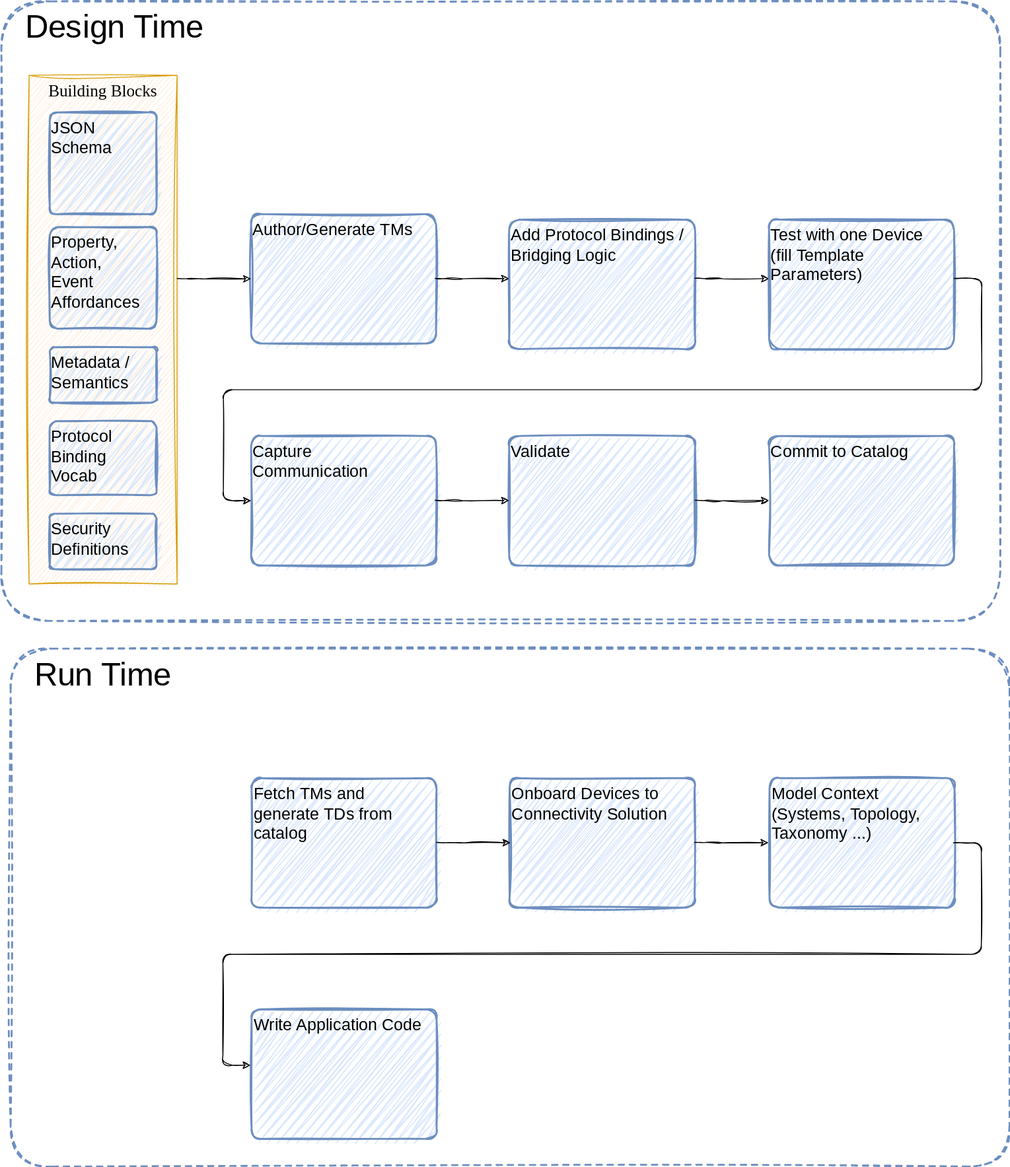
This is media/wot-workflow.drawio.svg from wot-oss/proposal, a draw.io export, as it was before one commit. Source tidied: cells renumbered, new cells last; positions are measured from the earlier drawing's top-left corner, leaving out a move shared by most shapes.
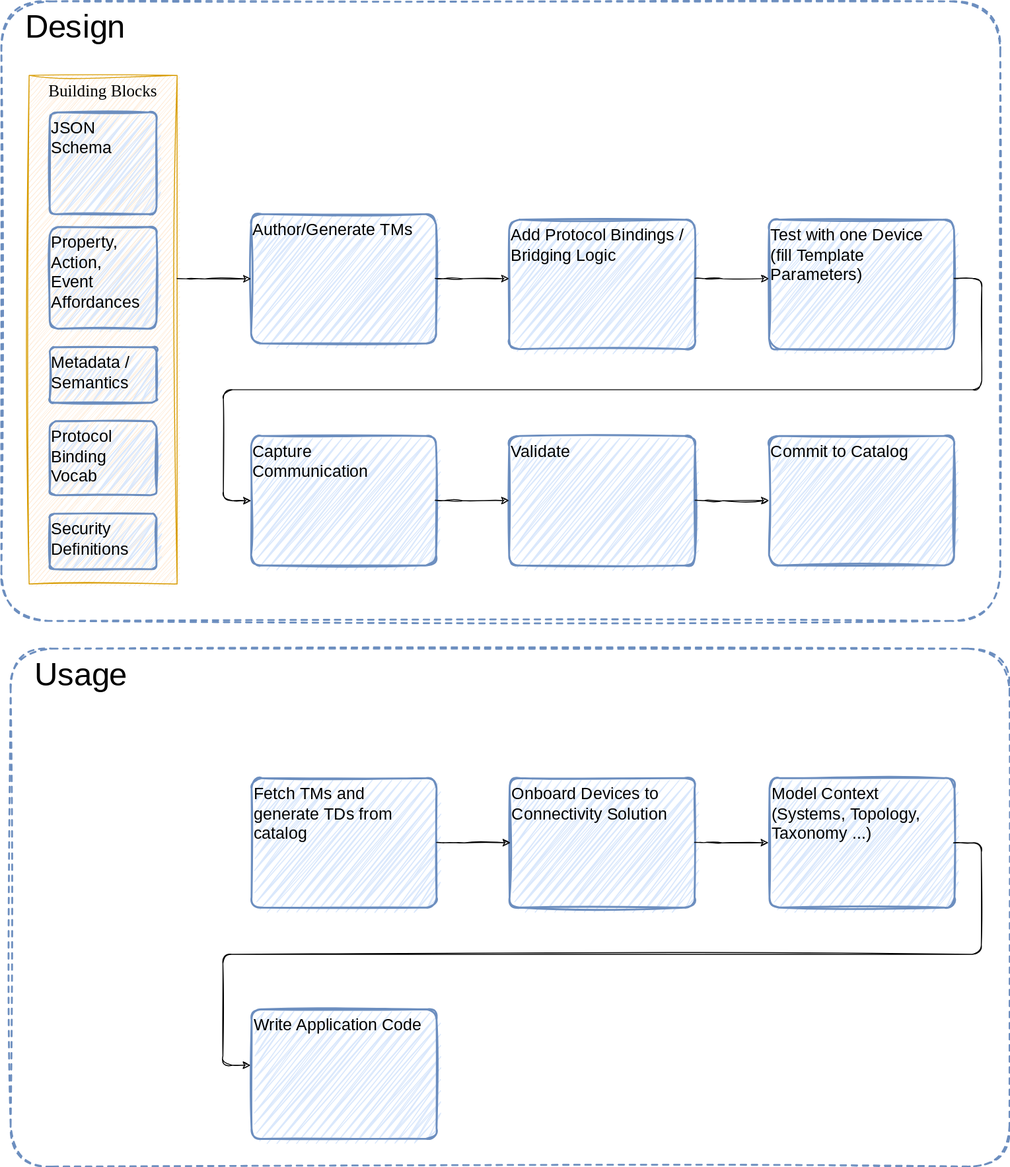
The same diagram one commit later.

Commit message:
Changed workflow categories to "Design" and "Usage" as discussed in PR #1

Change to the diagram source:
```diff
@@ -136,10 +136,10 @@
     <mxCell id="26" value="&lt;font face=&quot;Architects Daughter&quot;&gt;JSON Schema&lt;/font&gt;" style="rounded=1;whiteSpace=wrap;html=1;fillColor=#dae8fc;strokeColor=#6c8ebf;strokeWidth=2;sketch=1;curveFitting=1;jiggle=1.2;fillStyle=zigzag;verticalAlign=top;align=left;spacingRight=10;arcSize=8;fontSize=18;" parent="1" vertex="1">
       <mxGeometry x="52.2" y="120" width="115.5" height="110" as="geometry" />
     </mxCell>
-    <mxCell id="27" value="&lt;font style=&quot;font-size: 35px;&quot; face=&quot;Architects Daughter&quot;&gt;Design Time&lt;/font&gt;" style="rounded=1;whiteSpace=wrap;html=1;fillColor=none;fontSize=18;align=left;verticalAlign=top;strokeColor=#6c8ebf;strokeWidth=2;sketch=1;curveFitting=1;jiggle=1.2;fillStyle=zigzag;spacingRight=10;arcSize=8;dashed=1;spacingLeft=24;" parent="1" vertex="1">
+    <mxCell id="27" value="&lt;font style=&quot;font-size: 35px;&quot; face=&quot;Architects Daughter&quot;&gt;Design&lt;/font&gt;" style="rounded=1;whiteSpace=wrap;html=1;fillColor=none;fontSize=18;align=left;verticalAlign=top;strokeColor=#6c8ebf;strokeWidth=2;sketch=1;curveFitting=1;jiggle=1.2;fillStyle=zigzag;spacingRight=10;arcSize=8;dashed=1;spacingLeft=24;" parent="1" vertex="1">
       <mxGeometry width="1080" height="670" as="geometry" />
     </mxCell>
-    <mxCell id="28" value="&lt;font style=&quot;font-size: 35px;&quot; face=&quot;Architects Daughter&quot;&gt;Run Time&lt;/font&gt;" style="rounded=1;whiteSpace=wrap;html=1;fillColor=none;fontSize=18;align=left;verticalAlign=top;strokeColor=#6c8ebf;strokeWidth=2;sketch=1;curveFitting=1;jiggle=1.2;fillStyle=zigzag;spacingRight=10;arcSize=8;dashed=1;spacingLeft=24;" parent="1" vertex="1">
+    <mxCell id="28" value="&lt;font style=&quot;font-size: 35px;&quot; face=&quot;Architects Daughter&quot;&gt;Usage&lt;/font&gt;" style="rounded=1;whiteSpace=wrap;html=1;fillColor=none;fontSize=18;align=left;verticalAlign=top;strokeColor=#6c8ebf;strokeWidth=2;sketch=1;curveFitting=1;jiggle=1.2;fillStyle=zigzag;spacingRight=10;arcSize=8;dashed=1;spacingLeft=24;" parent="1" vertex="1">
       <mxGeometry x="10" y="700" width="1080" height="560" as="geometry" />
     </mxCell>
   </root>
```
